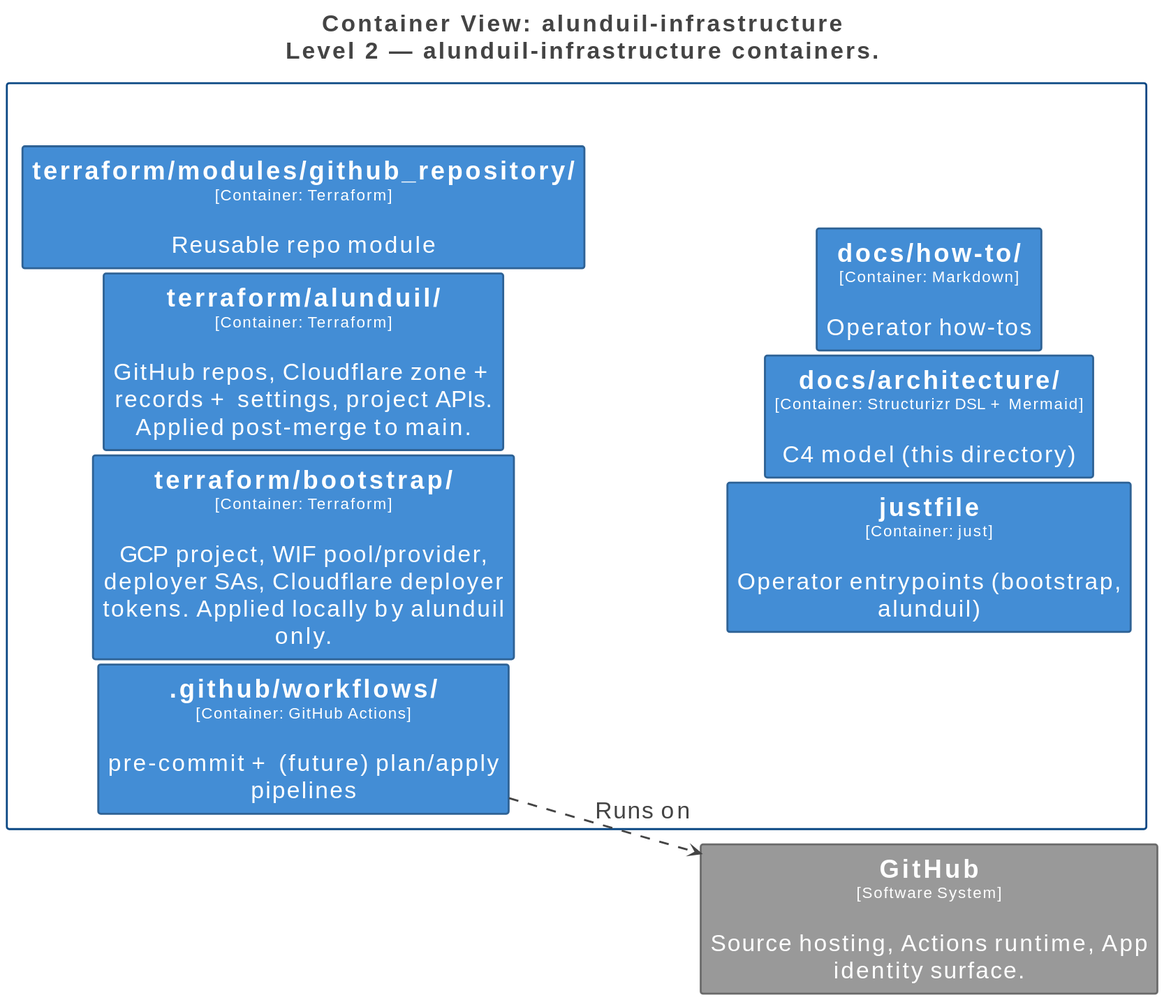
The PlantUML diagram docs/architecture/container-infra.svg in alunduil/alunduil-infrastructure, before a commit. Its diagram source:
```plantuml
@startuml
title <size:24>Container View: alunduil-infrastructure</size>\n<size:24>Level 2 — alunduil-infrastructure containers.</size>

set separator none
left to right direction
skinparam ranksep 20
skinparam nodesep 5
hide stereotype

<style>
  root {
    BackgroundColor: #ffffff;
    FontColor: #444444;
  }
  // Element,Container
  .Element-RWxlbWVudCxDb250YWluZXI= {
    BackgroundColor: #438dd5;
    LineColor: #2e6295;
    LineStyle: 0;
    LineThickness: 2;
    FontColor: #ffffff;
    FontSize: 24;
    HorizontalAlignment: center;
    Shadowing: 0;
    MaximumWidth: 450;
  }
  // Element,External
  .Element-RWxlbWVudCxFeHRlcm5hbA== {
    BackgroundColor: #999999;
    LineColor: #6b6b6b;
    LineStyle: 0;
    LineThickness: 2;
    FontColor: #ffffff;
    FontSize: 24;
    HorizontalAlignment: center;
    Shadowing: 0;
    MaximumWidth: 450;
  }
  // Relationship
  .Relationship-UmVsYXRpb25zaGlw {
    LineThickness: 2;
    LineStyle: 10-10;
    LineColor: #444444;
    FontColor: #444444;
    FontSize: 24;
    MaximumWidth: 200;
  }
  // alunduil-infrastructure
  .Boundary-YWx1bmR1aWwtaW5mcmFzdHJ1Y3R1cmU= {
    BackgroundColor: #ffffff;
    LineColor: #0b4884;
    LineStyle: 0;
    LineThickness: 2;
    FontColor: #ffffff;
    FontSize: 24;
    HorizontalAlignment: center;
    Shadowing: 0;
  }
</style>

rectangle "==GitHub\n<size:16>[Software System]</size>\n\nSource hosting, Actions runtime, App identity surface." <<Element-RWxlbWVudCxFeHRlcm5hbA==>> as GitHub

rectangle "alunduil-infrastructure\n<size:16>[Software System]</size>" <<Boundary-YWx1bmR1aWwtaW5mcmFzdHJ1Y3R1cmU=>> {
  rectangle "==terraform/bootstrap/\n<size:16>[Container: Terraform]</size>\n\nGCP project, WIF pool/provider, deployer SAs, Cloudflare deployer tokens. Applied locally by alunduil only." <<Element-RWxlbWVudCxDb250YWluZXI=>> as alunduilinfrastructure.terraformbootstrap
  rectangle "==terraform/alunduil/\n<size:16>[Container: Terraform]</size>\n\nGitHub repos, Cloudflare zone + records + settings, project APIs. Applied post-merge to main." <<Element-RWxlbWVudCxDb250YWluZXI=>> as alunduilinfrastructure.terraformalunduil
  rectangle "==terraform/modules/github_repository/\n<size:16>[Container: Terraform]</size>\n\nReusable repo module" <<Element-RWxlbWVudCxDb250YWluZXI=>> as alunduilinfrastructure.terraformmodulesgithub_repository
  rectangle "==justfile\n<size:16>[Container: just]</size>\n\nOperator entrypoints (bootstrap, alunduil)" <<Element-RWxlbWVudCxDb250YWluZXI=>> as alunduilinfrastructure.justfile
  rectangle "==.github/workflows/\n<size:16>[Container: GitHub Actions]</size>\n\npre-commit + (future) plan/apply pipelines" <<Element-RWxlbWVudCxDb250YWluZXI=>> as alunduilinfrastructure.githubworkflows
  rectangle "==docs/architecture/\n<size:16>[Container: Structurizr DSL + Mermaid]</size>\n\nC4 model (this directory)" <<Element-RWxlbWVudCxDb250YWluZXI=>> as alunduilinfrastructure.docsarchitecture
  rectangle "==docs/how-to/\n<size:16>[Container: Markdown]</size>\n\nOperator how-tos" <<Element-RWxlbWVudCxDb250YWluZXI=>> as alunduilinfrastructure.docshowto
}

alunduilinfrastructure.githubworkflows --> GitHub <<Relationship-UmVsYXRpb25zaGlw>> : "Runs on"
@enduml
```
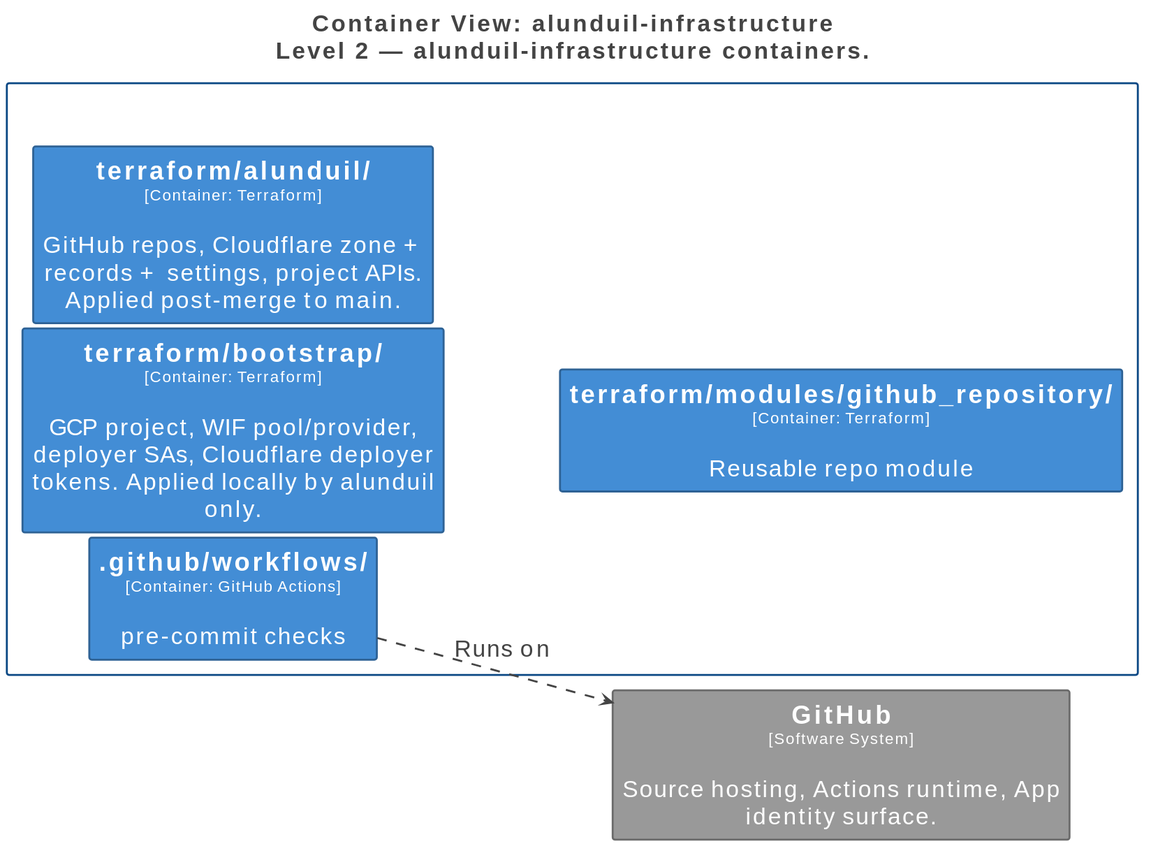
After the change.

Commit message:
Tighten the C4 model to atomically-deployable containers

Change to the diagram source:
```diff
@@ -64,10 +64,7 @@
   rectangle "==terraform/bootstrap/\n<size:16>[Container: Terraform]</size>\n\nGCP project, WIF pool/provider, deployer SAs, Cloudflare deployer tokens. Applied locally by alunduil only." <<Element-RWxlbWVudCxDb250YWluZXI=>> as alunduilinfrastructure.terraformbootstrap
   rectangle "==terraform/alunduil/\n<size:16>[Container: Terraform]</size>\n\nGitHub repos, Cloudflare zone + records + settings, project APIs. Applied post-merge to main." <<Element-RWxlbWVudCxDb250YWluZXI=>> as alunduilinfrastructure.terraformalunduil
   rectangle "==terraform/modules/github_repository/\n<size:16>[Container: Terraform]</size>\n\nReusable repo module" <<Element-RWxlbWVudCxDb250YWluZXI=>> as alunduilinfrastructure.terraformmodulesgithub_repository
-  rectangle "==justfile\n<size:16>[Container: just]</size>\n\nOperator entrypoints (bootstrap, alunduil)" <<Element-RWxlbWVudCxDb250YWluZXI=>> as alunduilinfrastructure.justfile
-  rectangle "==.github/workflows/\n<size:16>[Container: GitHub Actions]</size>\n\npre-commit + (future) plan/apply pipelines" <<Element-RWxlbWVudCxDb250YWluZXI=>> as alunduilinfrastructure.githubworkflows
-  rectangle "==docs/architecture/\n<size:16>[Container: Structurizr DSL + Mermaid]</size>\n\nC4 model (this directory)" <<Element-RWxlbWVudCxDb250YWluZXI=>> as alunduilinfrastructure.docsarchitecture
-  rectangle "==docs/how-to/\n<size:16>[Container: Markdown]</size>\n\nOperator how-tos" <<Element-RWxlbWVudCxDb250YWluZXI=>> as alunduilinfrastructure.docshowto
+  rectangle "==.github/workflows/\n<size:16>[Container: GitHub Actions]</size>\n\npre-commit checks" <<Element-RWxlbWVudCxDb250YWluZXI=>> as alunduilinfrastructure.githubworkflows
 }
 
 alunduilinfrastructure.githubworkflows --> GitHub <<Relationship-UmVsYXRpb25zaGlw>> : "Runs on"
```
